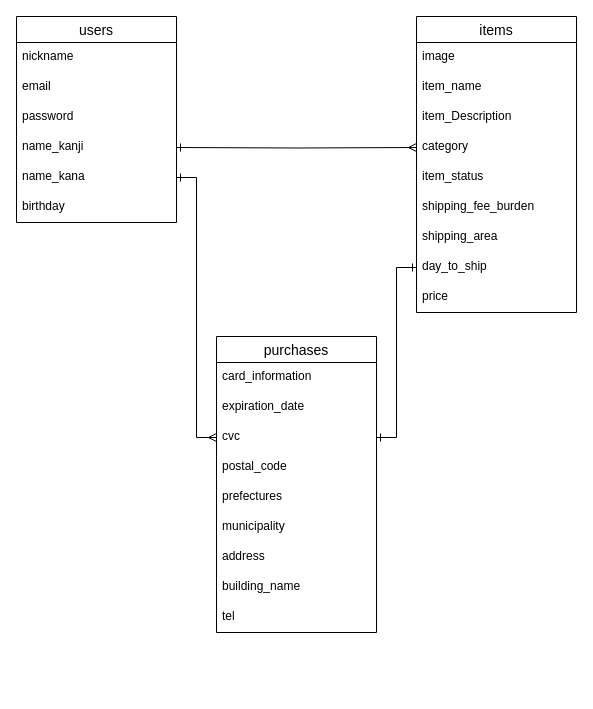
Earlier version of the draw.io diagram ER.dio (doshara1280/furima-34972). Source tidied: cells renumbered, new cells numbered last; positions are measured from the earlier drawing's top-left corner, leaving out a move shared by most shapes. Both pictures are drawn from the tidied source at 100%, with x=0, y=0 at pixel (16, 16).
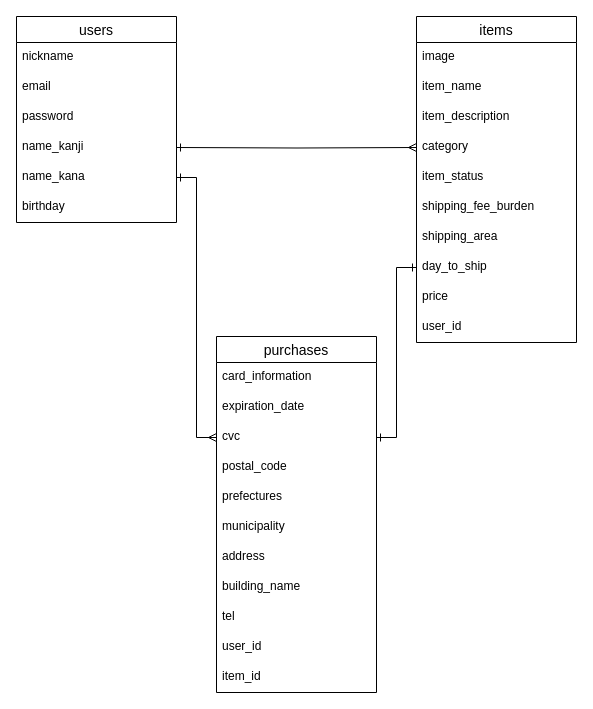
The same diagram, later.

Diff of the diagram source:
```diff
@@
     <mxCell id="9" value="items" style="swimlane;fontStyle=0;horizontal=1;startSize=26;align=center;fontSize=14;" parent="1" vertex="1">
-      <mxGeometry x="400" width="160" height="296" as="geometry" />
+      <mxGeometry x="400" width="160" height="326" as="geometry" />
     </mxCell>
@@
-    <mxCell id="12" value="item_Description" style="text;strokeColor=none;fillColor=none;spacingLeft=4;spacingRight=4;overflow=hidden;fontSize=12;" parent="9" vertex="1">
+    <mxCell id="12" value="item_description" style="text;strokeColor=none;fillColor=none;spacingLeft=4;spacingRight=4;overflow=hidden;fontSize=12;" parent="9" vertex="1">
       <mxGeometry y="86" width="160" height="30" as="geometry" />
     </mxCell>
@@
+    <mxCell id="32" value="price" style="text;strokeColor=none;fillColor=none;spacingLeft=4;spacingRight=4;overflow=hidden;fontSize=12;" parent="9" vertex="1">
+      <mxGeometry y="266" width="160" height="30" as="geometry" />
+    </mxCell>
-    <mxCell id="18" value="price" style="text;strokeColor=none;fillColor=none;spacingLeft=4;spacingRight=4;overflow=hidden;fontSize=12;" parent="9" vertex="1">
-      <mxGeometry y="266" width="160" height="30" as="geometry" />
+    <mxCell id="18" value="user_id" style="text;strokeColor=none;fillColor=none;spacingLeft=4;spacingRight=4;overflow=hidden;fontSize=12;" parent="9" vertex="1">
+      <mxGeometry y="296" width="160" height="30" as="geometry" />
     </mxCell>
     <mxCell id="19" value="purchases" style="swimlane;fontStyle=0;horizontal=1;startSize=26;align=center;fontSize=14;" parent="1" vertex="1">
-      <mxGeometry x="200" y="320" width="160" height="296" as="geometry" />
+      <mxGeometry x="200" y="320" width="160" height="356" as="geometry" />
     </mxCell>
@@
+    <mxCell id="33" value="tel" style="text;strokeColor=none;fillColor=none;spacingLeft=4;spacingRight=4;overflow=hidden;fontSize=12;" parent="19" vertex="1">
+      <mxGeometry y="266" width="160" height="30" as="geometry" />
+    </mxCell>
-    <mxCell id="28" value="tel" style="text;strokeColor=none;fillColor=none;spacingLeft=4;spacingRight=4;overflow=hidden;fontSize=12;" parent="19" vertex="1">
-      <mxGeometry y="266" width="160" height="30" as="geometry" />
+    <mxCell id="28" value="user_id" style="text;strokeColor=none;fillColor=none;spacingLeft=4;spacingRight=4;overflow=hidden;fontSize=12;" parent="19" vertex="1">
+      <mxGeometry y="296" width="160" height="30" as="geometry" />
     </mxCell>
+    <mxCell id="34" value="item_id" style="text;strokeColor=none;fillColor=none;spacingLeft=4;spacingRight=4;overflow=hidden;fontSize=12;" parent="19" vertex="1">
+      <mxGeometry y="326" width="160" height="30" as="geometry" />
+    </mxCell>
```
